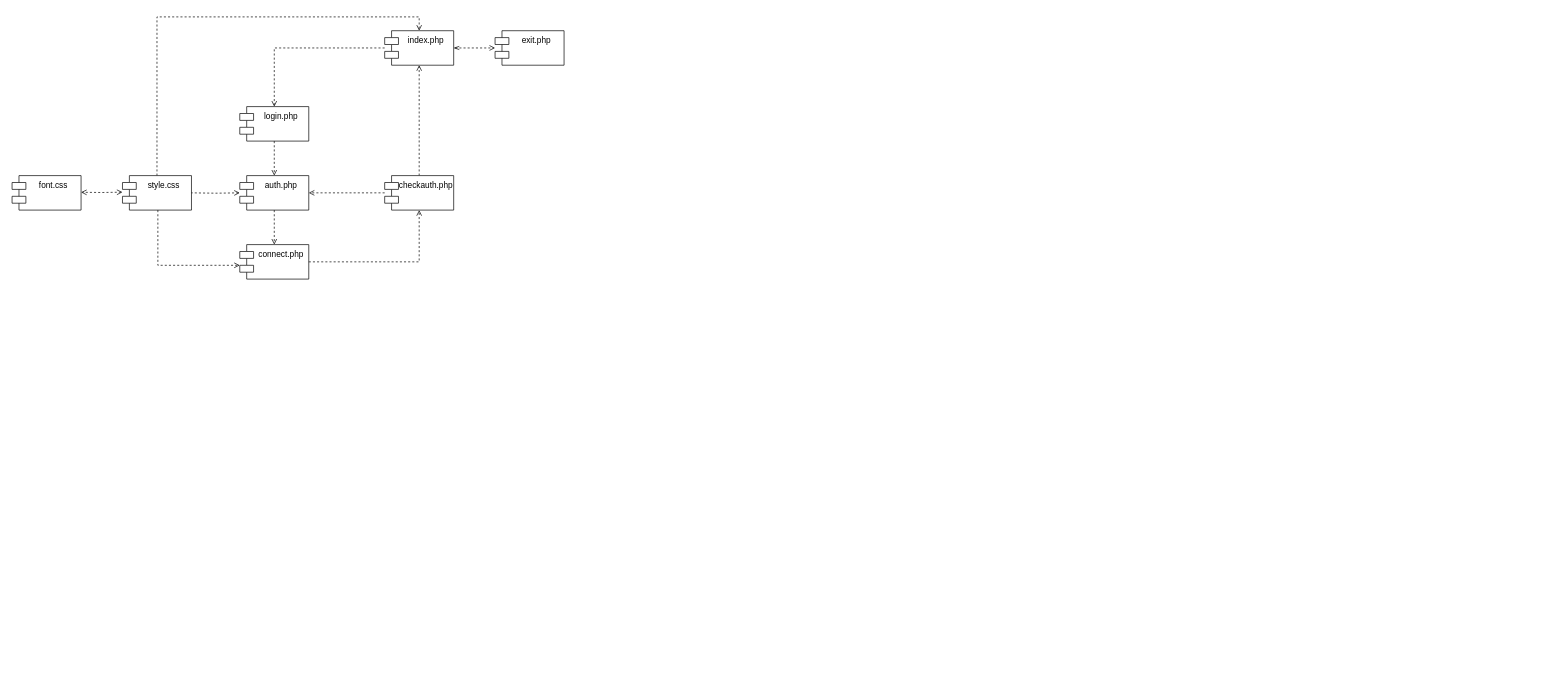
Earlier version of the draw.io diagram Диаграмма без названия.drawio (Mrw0lf14/sem11). Source tidied: cells renumbered, new cells numbered last; positions are measured from the earlier drawing's top-left corner, leaving out a move shared by most shapes. Both pictures are drawn from the tidied source at 69%, with x=0, y=0 at pixel (12, 17).
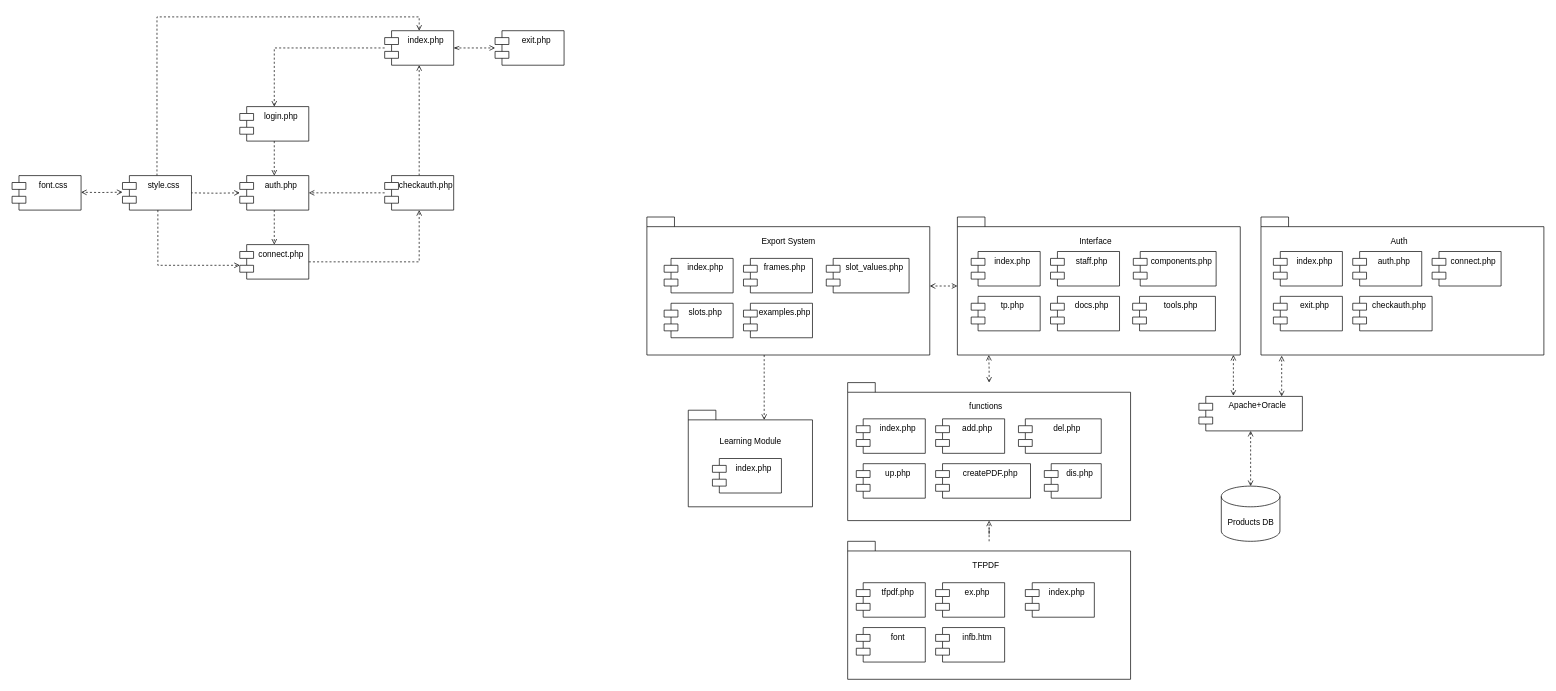
The same page after the edit.

The edit, as a diff of the source:
```diff
@@
+    <mxCell id="21" style="shape=folder;fontStyle=1;spacingTop=10;tabWidth=40;tabHeight=14;tabPosition=left;html=1;whiteSpace=wrap;" parent="1" vertex="1">
+      <mxGeometry x="920" y="290" width="410" height="200" as="geometry" />
+    </mxCell>
+    <mxCell id="22" value="Export System" style="text;html=1;align=center;verticalAlign=middle;strokeColor=none;fillColor=none;" parent="1" vertex="1">
+      <mxGeometry x="1075" y="310" width="100" height="30" as="geometry" />
+    </mxCell>
+    <mxCell id="23" style="shape=folder;fontStyle=1;spacingTop=10;tabWidth=40;tabHeight=14;tabPosition=left;html=1;whiteSpace=wrap;" parent="1" vertex="1">
+      <mxGeometry x="980" y="570" width="180" height="140" as="geometry" />
+    </mxCell>
+    <mxCell id="24" value="Learning Module" style="text;html=1;align=center;verticalAlign=middle;strokeColor=none;fillColor=none;" parent="1" vertex="1">
+      <mxGeometry x="1015" y="600" width="110" height="30" as="geometry" />
+    </mxCell>
+    <mxCell id="25" value="index.php" style="shape=module;align=left;spacingLeft=20;align=center;verticalAlign=top;whiteSpace=wrap;html=1;" parent="1" vertex="1">
+      <mxGeometry x="1015" y="640" width="100" height="50" as="geometry" />
+    </mxCell>
+    <mxCell id="26" style="edgeStyle=orthogonalEdgeStyle;rounded=0;jettySize=auto;html=1;entryX=0;entryY=0;entryDx=110;entryDy=14;entryPerimeter=0;dashed=1;endArrow=open;endFill=0;" parent="1" edge="1" source="21" target="23">
+      <mxGeometry relative="1" as="geometry">
+        <Array as="points">
+          <mxPoint x="1090" y="510" />
+          <mxPoint x="1090" y="510" />
+        </Array>
+      </mxGeometry>
+    </mxCell>
+    <mxCell id="27" value="index.php" style="shape=module;align=left;spacingLeft=20;align=center;verticalAlign=top;whiteSpace=wrap;html=1;" parent="1" vertex="1">
+      <mxGeometry x="945" y="350" width="100" height="50" as="geometry" />
+    </mxCell>
+    <mxCell id="28" value="frames.php" style="shape=module;align=left;spacingLeft=20;align=center;verticalAlign=top;whiteSpace=wrap;html=1;" parent="1" vertex="1">
+      <mxGeometry x="1060" y="350" width="100" height="50" as="geometry" />
+    </mxCell>
+    <mxCell id="29" value="slots.php" style="shape=module;align=left;spacingLeft=20;align=center;verticalAlign=top;whiteSpace=wrap;html=1;" parent="1" vertex="1">
+      <mxGeometry x="945" y="415" width="100" height="50" as="geometry" />
+    </mxCell>
+    <mxCell id="30" value="examples.php" style="shape=module;align=left;spacingLeft=20;align=center;verticalAlign=top;whiteSpace=wrap;html=1;" parent="1" vertex="1">
+      <mxGeometry x="1060" y="415" width="100" height="50" as="geometry" />
+    </mxCell>
+    <mxCell id="31" value="slot_values.php" style="shape=module;align=left;spacingLeft=20;align=center;verticalAlign=top;whiteSpace=wrap;html=1;" parent="1" vertex="1">
+      <mxGeometry x="1180" y="350" width="120" height="50" as="geometry" />
+    </mxCell>
+    <mxCell id="32" style="shape=folder;fontStyle=1;spacingTop=10;tabWidth=40;tabHeight=14;tabPosition=left;html=1;whiteSpace=wrap;" parent="1" vertex="1">
+      <mxGeometry x="1370" y="290" width="410" height="200" as="geometry" />
+    </mxCell>
+    <mxCell id="33" value="index.php" style="shape=module;align=left;spacingLeft=20;align=center;verticalAlign=top;whiteSpace=wrap;html=1;" parent="1" vertex="1">
+      <mxGeometry x="1390" y="340" width="100" height="50" as="geometry" />
+    </mxCell>
+    <mxCell id="34" value="staff.php" style="shape=module;align=left;spacingLeft=20;align=center;verticalAlign=top;whiteSpace=wrap;html=1;" parent="1" vertex="1">
+      <mxGeometry x="1505" y="340" width="100" height="50" as="geometry" />
+    </mxCell>
+    <mxCell id="35" value="tp.php" style="shape=module;align=left;spacingLeft=20;align=center;verticalAlign=top;whiteSpace=wrap;html=1;" parent="1" vertex="1">
+      <mxGeometry x="1390" y="405" width="100" height="50" as="geometry" />
+    </mxCell>
+    <mxCell id="36" value="docs.php" style="shape=module;align=left;spacingLeft=20;align=center;verticalAlign=top;whiteSpace=wrap;html=1;" parent="1" vertex="1">
+      <mxGeometry x="1505" y="405" width="100" height="50" as="geometry" />
+    </mxCell>
+    <mxCell id="37" value="components.php" style="shape=module;align=left;spacingLeft=20;align=center;verticalAlign=top;whiteSpace=wrap;html=1;" parent="1" vertex="1">
+      <mxGeometry x="1625" y="340" width="120" height="50" as="geometry" />
+    </mxCell>
+    <mxCell id="38" value="Interface" style="text;html=1;align=center;verticalAlign=middle;strokeColor=none;fillColor=none;" parent="1" vertex="1">
+      <mxGeometry x="1535" y="310" width="70" height="30" as="geometry" />
+    </mxCell>
+    <mxCell id="39" value="tools.php" style="shape=module;align=left;spacingLeft=20;align=center;verticalAlign=top;whiteSpace=wrap;html=1;" parent="1" vertex="1">
+      <mxGeometry x="1624" y="405" width="120" height="50" as="geometry" />
+    </mxCell>
+    <mxCell id="40" style="edgeStyle=orthogonalEdgeStyle;rounded=0;jettySize=auto;html=1;entryX=0;entryY=0.5;entryDx=0;entryDy=0;entryPerimeter=0;dashed=1;endArrow=open;endFill=0;startArrow=open;startFill=0;" parent="1" edge="1" source="21" target="32">
+      <mxGeometry relative="1" as="geometry" />
+    </mxCell>
+    <mxCell id="41" style="shape=folder;fontStyle=1;spacingTop=10;tabWidth=40;tabHeight=14;tabPosition=left;html=1;whiteSpace=wrap;" parent="1" vertex="1">
+      <mxGeometry x="1810" y="290" width="410" height="200" as="geometry" />
+    </mxCell>
+    <mxCell id="42" value="Auth" style="text;html=1;align=center;verticalAlign=middle;strokeColor=none;fillColor=none;" parent="1" vertex="1">
+      <mxGeometry x="1985" y="310" width="50" height="30" as="geometry" />
+    </mxCell>
+    <mxCell id="43" value="index.php" style="shape=module;align=left;spacingLeft=20;align=center;verticalAlign=top;whiteSpace=wrap;html=1;" parent="1" vertex="1">
+      <mxGeometry x="1828" y="340" width="100" height="50" as="geometry" />
+    </mxCell>
+    <mxCell id="44" value="auth.php" style="shape=module;align=left;spacingLeft=20;align=center;verticalAlign=top;whiteSpace=wrap;html=1;" parent="1" vertex="1">
+      <mxGeometry x="1943" y="340" width="100" height="50" as="geometry" />
+    </mxCell>
+    <mxCell id="45" value="exit.php" style="shape=module;align=left;spacingLeft=20;align=center;verticalAlign=top;whiteSpace=wrap;html=1;" parent="1" vertex="1">
+      <mxGeometry x="1828" y="405" width="100" height="50" as="geometry" />
+    </mxCell>
+    <mxCell id="46" value="checkauth.php" style="shape=module;align=left;spacingLeft=20;align=center;verticalAlign=top;whiteSpace=wrap;html=1;" parent="1" vertex="1">
+      <mxGeometry x="1943" y="405" width="115" height="50" as="geometry" />
+    </mxCell>
+    <mxCell id="47" value="connect.php" style="shape=module;align=left;spacingLeft=20;align=center;verticalAlign=top;whiteSpace=wrap;html=1;" parent="1" vertex="1">
+      <mxGeometry x="2058" y="340" width="100" height="50" as="geometry" />
+    </mxCell>
+    <mxCell id="48" style="shape=folder;fontStyle=1;spacingTop=10;tabWidth=40;tabHeight=14;tabPosition=left;html=1;whiteSpace=wrap;" parent="1" vertex="1">
+      <mxGeometry x="1211" y="530" width="410" height="200" as="geometry" />
+    </mxCell>
+    <mxCell id="49" value="functions" style="text;html=1;align=center;verticalAlign=middle;strokeColor=none;fillColor=none;" parent="1" vertex="1">
+      <mxGeometry x="1376" y="550" width="70" height="30" as="geometry" />
+    </mxCell>
+    <mxCell id="50" value="index.php" style="shape=module;align=left;spacingLeft=20;align=center;verticalAlign=top;whiteSpace=wrap;html=1;" parent="1" vertex="1">
+      <mxGeometry x="1223.5" y="582.5" width="100" height="50" as="geometry" />
+    </mxCell>
+    <mxCell id="51" value="add.php" style="shape=module;align=left;spacingLeft=20;align=center;verticalAlign=top;whiteSpace=wrap;html=1;" parent="1" vertex="1">
+      <mxGeometry x="1338.5" y="582.5" width="100" height="50" as="geometry" />
+    </mxCell>
+    <mxCell id="52" value="up.php" style="shape=module;align=left;spacingLeft=20;align=center;verticalAlign=top;whiteSpace=wrap;html=1;" parent="1" vertex="1">
+      <mxGeometry x="1223.5" y="647.5" width="100" height="50" as="geometry" />
+    </mxCell>
+    <mxCell id="53" value="createPDF.php" style="shape=module;align=left;spacingLeft=20;align=center;verticalAlign=top;whiteSpace=wrap;html=1;" parent="1" vertex="1">
+      <mxGeometry x="1338.5" y="647.5" width="137.5" height="50" as="geometry" />
+    </mxCell>
+    <mxCell id="54" value="del.php" style="shape=module;align=left;spacingLeft=20;align=center;verticalAlign=top;whiteSpace=wrap;html=1;" parent="1" vertex="1">
+      <mxGeometry x="1458.5" y="582.5" width="120" height="50" as="geometry" />
+    </mxCell>
+    <mxCell id="55" value="dis.php" style="shape=module;align=left;spacingLeft=20;align=center;verticalAlign=top;whiteSpace=wrap;html=1;" parent="1" vertex="1">
+      <mxGeometry x="1496" y="647.5" width="82.5" height="50" as="geometry" />
+    </mxCell>
+    <mxCell id="56" value="Apache+Oracle" style="shape=module;align=left;spacingLeft=20;align=center;verticalAlign=top;whiteSpace=wrap;html=1;" parent="1" vertex="1">
+      <mxGeometry x="1720" y="550" width="150" height="50" as="geometry" />
+    </mxCell>
+    <mxCell id="57" style="edgeStyle=orthogonalEdgeStyle;rounded=0;jettySize=auto;html=1;entryX=0.111;entryY=1;entryDx=0;entryDy=0;entryPerimeter=0;dashed=1;startArrow=open;startFill=0;endArrow=open;endFill=0;" parent="1" edge="1" source="48" target="32">
+      <mxGeometry relative="1" as="geometry" />
+    </mxCell>
+    <mxCell id="58" style="edgeStyle=orthogonalEdgeStyle;rounded=0;orthogonalLoop=1;jettySize=auto;html=1;entryX=0.072;entryY=1.003;entryDx=0;entryDy=0;entryPerimeter=0;exitX=0.75;exitY=0;exitDx=0;exitDy=0;dashed=1;startArrow=open;startFill=0;endArrow=open;endFill=0;" parent="1" edge="1">
+      <mxGeometry relative="1" as="geometry">
+        <mxPoint x="1770" y="549" as="sourcePoint" />
+        <mxPoint x="1770" y="490" as="targetPoint" />
+        <Array as="points">
+          <mxPoint x="1770" y="490" />
+        </Array>
+      </mxGeometry>
+    </mxCell>
+    <mxCell id="59" style="edgeStyle=orthogonalEdgeStyle;rounded=0;orthogonalLoop=1;jettySize=auto;html=1;entryX=0.072;entryY=1.003;entryDx=0;entryDy=0;entryPerimeter=0;exitX=0.75;exitY=0;exitDx=0;exitDy=0;dashed=1;startArrow=open;startFill=0;endArrow=open;endFill=0;" parent="1" edge="1">
+      <mxGeometry relative="1" as="geometry">
+        <mxPoint x="1840" y="550" as="sourcePoint" />
+        <mxPoint x="1840" y="491" as="targetPoint" />
+        <Array as="points">
+          <mxPoint x="1840" y="491" />
+        </Array>
+      </mxGeometry>
+    </mxCell>
+    <mxCell id="60" style="shape=folder;fontStyle=1;spacingTop=10;tabWidth=40;tabHeight=14;tabPosition=left;html=1;whiteSpace=wrap;" parent="1" vertex="1">
+      <mxGeometry x="1211" y="760" width="410" height="200" as="geometry" />
+    </mxCell>
+    <mxCell id="61" value="tfpdf.php" style="shape=module;align=left;spacingLeft=20;align=center;verticalAlign=top;whiteSpace=wrap;html=1;" parent="1" vertex="1">
+      <mxGeometry x="1223.5" y="820" width="100" height="50" as="geometry" />
+    </mxCell>
+    <mxCell id="62" value="ex.php" style="shape=module;align=left;spacingLeft=20;align=center;verticalAlign=top;whiteSpace=wrap;html=1;" parent="1" vertex="1">
+      <mxGeometry x="1338.5" y="820" width="100" height="50" as="geometry" />
+    </mxCell>
+    <mxCell id="63" value="font" style="shape=module;align=left;spacingLeft=20;align=center;verticalAlign=top;whiteSpace=wrap;html=1;" parent="1" vertex="1">
+      <mxGeometry x="1223.5" y="885" width="100" height="50" as="geometry" />
+    </mxCell>
+    <mxCell id="64" value="infb.htm" style="shape=module;align=left;spacingLeft=20;align=center;verticalAlign=top;whiteSpace=wrap;html=1;" parent="1" vertex="1">
+      <mxGeometry x="1338.5" y="885" width="100" height="50" as="geometry" />
+    </mxCell>
+    <mxCell id="65" value="TFPDF" style="text;html=1;align=center;verticalAlign=middle;strokeColor=none;fillColor=none;" parent="1" vertex="1">
+      <mxGeometry x="1381" y="780" width="60" height="30" as="geometry" />
+    </mxCell>
+    <mxCell id="66" value="index.php" style="shape=module;align=left;spacingLeft=20;align=center;verticalAlign=top;whiteSpace=wrap;html=1;" parent="1" vertex="1">
+      <mxGeometry x="1468.5" y="820" width="100" height="50" as="geometry" />
+    </mxCell>
+    <mxCell id="67" style="edgeStyle=orthogonalEdgeStyle;rounded=0;jettySize=auto;html=1;entryX=0.5;entryY=1;entryDx=0;entryDy=0;entryPerimeter=0;dashed=1;endArrow=open;endFill=0;" parent="1" edge="1" source="60" target="48">
+      <mxGeometry relative="1" as="geometry" />
+    </mxCell>
+    <mxCell id="68" style="edgeStyle=orthogonalEdgeStyle;rounded=0;jettySize=auto;html=1;entryX=0.5;entryY=1;entryDx=0;entryDy=0;startArrow=open;startFill=0;endArrow=open;endFill=0;dashed=1;" parent="1" edge="1" source="69" target="56">
+      <mxGeometry relative="1" as="geometry" />
+    </mxCell>
+    <mxCell id="69" value="Products DB" style="shape=cylinder3;whiteSpace=wrap;html=1;boundedLbl=1;backgroundOutline=1;size=15;" parent="1" vertex="1">
+      <mxGeometry x="1752.5" y="680" width="85" height="80" as="geometry" />
+    </mxCell>
```
